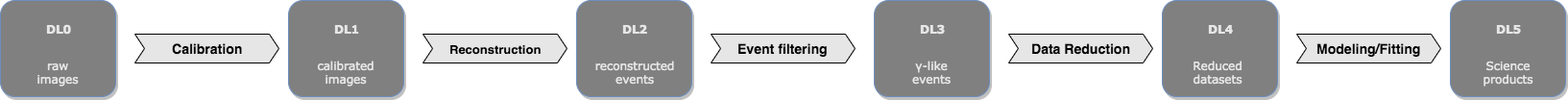
gammapy/gammapy-extra keeps this draw.io diagram as figures/general/data_flow_full.png. Above is the earlier version. Source tidied: cells renumbered, new cells last; positions are measured from the earlier drawing's top-left corner, leaving out a move shared by most shapes.
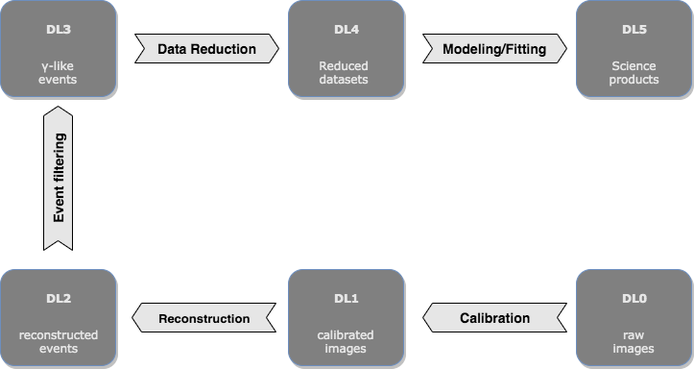
After the commit.

Commit message:
New version of data flow full

Diff of the diagram source:
```diff
@@ -35,41 +35,50 @@
     <mxCell id="12" value="&lt;h3&gt;Modeling/Fitting&lt;/h3&gt;" style="html=1;shadow=0;dashed=0;align=center;verticalAlign=middle;shape=mxgraph.arrows2.arrow;dy=0;dx=10;notch=10;fillColor=#E6E6E6;gradientColor=none;" parent="1" vertex="1">
       <mxGeometry x="1350" y="35" width="150" height="30" as="geometry" />
     </mxCell>
+    <mxCell id="16" value="&lt;h3&gt;Event filtering&lt;/h3&gt;" style="html=1;shadow=0;dashed=0;align=center;verticalAlign=middle;shape=mxgraph.arrows2.arrow;dy=0;dx=10;notch=10;fillColor=#E6E6E6;gradientColor=none;direction=east;rotation=270;" parent="1" vertex="1">
+      <mxGeometry x="895" y="170" width="150" height="30" as="geometry" />
+    </mxCell>
+    <mxCell id="20" value="&lt;h3&gt;&lt;font style=&quot;font-size: 13px&quot;&gt;Reconstruction&lt;/font&gt;&lt;/h3&gt;" style="html=1;shadow=0;dashed=0;align=center;verticalAlign=middle;shape=mxgraph.arrows2.arrow;dy=0;dx=10;notch=10;fillColor=#E6E6E6;gradientColor=none;direction=west;" parent="1" vertex="1">
+      <mxGeometry x="1047" y="315" width="150" height="30" as="geometry" />
+    </mxCell>
+    <mxCell id="24" value="&lt;h3&gt;Calibration&lt;/h3&gt;" style="html=1;shadow=0;dashed=0;align=center;verticalAlign=middle;shape=mxgraph.arrows2.arrow;dy=0;dx=10;notch=10;fillColor=#E6E6E6;gradientColor=none;direction=west;" parent="1" vertex="1">
+      <mxGeometry x="1350" y="315" width="150" height="30" as="geometry" />
+    </mxCell>
+    <mxCell id="25" style="group;" parent="1" vertex="1">
+      <mxGeometry x="910" y="280" width="120" height="100" as="geometry" />
+    </mxCell>
-    <mxCell id="13" style="rounded=1;whiteSpace=wrap;html=1;fillColor=#808080;strokeColor=#6c8ebf;gradientColor=none;shadow=1;" parent="1" vertex="1">
-      <mxGeometry x="600" width="120" height="100" as="geometry" />
+    <mxCell id="13" style="rounded=1;whiteSpace=wrap;html=1;fillColor=#808080;strokeColor=#6c8ebf;gradientColor=none;shadow=1;" parent="25" vertex="1">
+      <mxGeometry width="120" height="100" as="geometry" />
     </mxCell>
-    <mxCell id="14" value="&lt;h4&gt;&lt;font face=&quot;Verdana&quot; color=&quot;#e6e6e6&quot;&gt;DL2&lt;/font&gt;&lt;/h4&gt;" style="text;html=1;strokeColor=none;fillColor=none;align=center;verticalAlign=middle;whiteSpace=wrap;rounded=0;shadow=1;" parent="1" vertex="1">
-      <mxGeometry x="640" y="20" width="40" height="20" as="geometry" />
+    <mxCell id="14" value="&lt;h4&gt;&lt;font face=&quot;Verdana&quot; color=&quot;#e6e6e6&quot;&gt;DL2&lt;/font&gt;&lt;/h4&gt;" style="text;html=1;strokeColor=none;fillColor=none;align=center;verticalAlign=middle;whiteSpace=wrap;rounded=0;shadow=1;" parent="25" vertex="1">
+      <mxGeometry x="40" y="20" width="40" height="20" as="geometry" />
     </mxCell>
-    <mxCell id="15" value="&lt;pre&gt;&lt;font color=&quot;#e6e6e6&quot; face=&quot;Verdana&quot;&gt;reconstructed&lt;br&gt;events&lt;/font&gt;&lt;/pre&gt;" style="text;html=1;strokeColor=none;fillColor=none;align=center;verticalAlign=middle;whiteSpace=wrap;rounded=0;shadow=1;" parent="1" vertex="1">
-      <mxGeometry x="635" y="60" width="50" height="30" as="geometry" />
+    <mxCell id="15" value="&lt;pre&gt;&lt;font color=&quot;#e6e6e6&quot; face=&quot;Verdana&quot;&gt;reconstructed&lt;br&gt;events&lt;/font&gt;&lt;/pre&gt;" style="text;html=1;strokeColor=none;fillColor=none;align=center;verticalAlign=middle;whiteSpace=wrap;rounded=0;shadow=1;" parent="25" vertex="1">
+      <mxGeometry x="35" y="60" width="50" height="30" as="geometry" />
     </mxCell>
-    <mxCell id="16" value="&lt;h3&gt;Event filtering&lt;/h3&gt;" style="html=1;shadow=0;dashed=0;align=center;verticalAlign=middle;shape=mxgraph.arrows2.arrow;dy=0;dx=10;notch=10;fillColor=#E6E6E6;gradientColor=none;" parent="1" vertex="1">
-      <mxGeometry x="740" y="35" width="150" height="30" as="geometry" />
-    </mxCell>
+    <mxCell id="26" style="group;" parent="1" vertex="1">
+      <mxGeometry x="1210" y="280" width="120" height="100" as="geometry" />
+    </mxCell>
-    <mxCell id="17" style="rounded=1;whiteSpace=wrap;html=1;fillColor=#808080;strokeColor=#6c8ebf;gradientColor=none;shadow=1;" parent="1" vertex="1">
-      <mxGeometry x="300" width="120" height="100" as="geometry" />
+    <mxCell id="17" style="rounded=1;whiteSpace=wrap;html=1;fillColor=#808080;strokeColor=#6c8ebf;gradientColor=none;shadow=1;" parent="26" vertex="1">
+      <mxGeometry width="120" height="100" as="geometry" />
     </mxCell>
-    <mxCell id="18" value="&lt;h4&gt;&lt;font face=&quot;Verdana&quot; color=&quot;#e6e6e6&quot;&gt;DL1&lt;/font&gt;&lt;/h4&gt;" style="text;html=1;strokeColor=none;fillColor=none;align=center;verticalAlign=middle;whiteSpace=wrap;rounded=0;shadow=1;" parent="1" vertex="1">
-      <mxGeometry x="340" y="20" width="40" height="20" as="geometry" />
+    <mxCell id="18" value="&lt;h4&gt;&lt;font face=&quot;Verdana&quot; color=&quot;#e6e6e6&quot;&gt;DL1&lt;/font&gt;&lt;/h4&gt;" style="text;html=1;strokeColor=none;fillColor=none;align=center;verticalAlign=middle;whiteSpace=wrap;rounded=0;shadow=1;" parent="26" vertex="1">
+      <mxGeometry x="40" y="20" width="40" height="20" as="geometry" />
     </mxCell>
-    <mxCell id="19" value="&lt;pre&gt;&lt;font color=&quot;#e6e6e6&quot; face=&quot;Verdana&quot;&gt;calibrated&lt;br/&gt;images&lt;/font&gt;&lt;/pre&gt;" style="text;html=1;strokeColor=none;fillColor=none;align=center;verticalAlign=middle;whiteSpace=wrap;rounded=0;shadow=1;" parent="1" vertex="1">
-      <mxGeometry x="335" y="60" width="50" height="30" as="geometry" />
+    <mxCell id="19" value="&lt;pre&gt;&lt;font color=&quot;#e6e6e6&quot; face=&quot;Verdana&quot;&gt;calibrated&lt;br/&gt;images&lt;/font&gt;&lt;/pre&gt;" style="text;html=1;strokeColor=none;fillColor=none;align=center;verticalAlign=middle;whiteSpace=wrap;rounded=0;shadow=1;" parent="26" vertex="1">
+      <mxGeometry x="35" y="60" width="50" height="30" as="geometry" />
     </mxCell>
-    <mxCell id="20" value="&lt;h3&gt;&lt;font style=&quot;font-size: 13px&quot;&gt;Reconstruction&lt;/font&gt;&lt;/h3&gt;" style="html=1;shadow=0;dashed=0;align=center;verticalAlign=middle;shape=mxgraph.arrows2.arrow;dy=0;dx=10;notch=10;fillColor=#E6E6E6;gradientColor=none;" parent="1" vertex="1">
-      <mxGeometry x="440" y="35" width="150" height="30" as="geometry" />
-    </mxCell>
+    <mxCell id="27" style="group;" parent="1" vertex="1">
+      <mxGeometry x="1510" y="280" width="120" height="100" as="geometry" />
+    </mxCell>
-    <mxCell id="21" style="rounded=1;whiteSpace=wrap;html=1;fillColor=#808080;strokeColor=#6c8ebf;gradientColor=none;shadow=1;" parent="1" vertex="1">
+    <mxCell id="21" style="rounded=1;whiteSpace=wrap;html=1;fillColor=#808080;strokeColor=#6c8ebf;gradientColor=none;shadow=1;" parent="27" vertex="1">
       <mxGeometry width="120" height="100" as="geometry" />
     </mxCell>
-    <mxCell id="22" value="&lt;h4&gt;&lt;font face=&quot;Verdana&quot; color=&quot;#e6e6e6&quot;&gt;DL0&lt;/font&gt;&lt;/h4&gt;" style="text;html=1;strokeColor=none;fillColor=none;align=center;verticalAlign=middle;whiteSpace=wrap;rounded=0;shadow=1;" parent="1" vertex="1">
+    <mxCell id="22" value="&lt;h4&gt;&lt;font face=&quot;Verdana&quot; color=&quot;#e6e6e6&quot;&gt;DL0&lt;/font&gt;&lt;/h4&gt;" style="text;html=1;strokeColor=none;fillColor=none;align=center;verticalAlign=middle;whiteSpace=wrap;rounded=0;shadow=1;" parent="27" vertex="1">
       <mxGeometry x="40" y="20" width="40" height="20" as="geometry" />
     </mxCell>
-    <mxCell id="23" value="&lt;pre&gt;&lt;font color=&quot;#e6e6e6&quot; face=&quot;Verdana&quot;&gt;raw&lt;br/&gt;images&lt;/font&gt;&lt;/pre&gt;" style="text;html=1;strokeColor=none;fillColor=none;align=center;verticalAlign=middle;whiteSpace=wrap;rounded=0;shadow=1;" parent="1" vertex="1">
+    <mxCell id="23" value="&lt;pre&gt;&lt;font color=&quot;#e6e6e6&quot; face=&quot;Verdana&quot;&gt;raw&lt;br/&gt;images&lt;/font&gt;&lt;/pre&gt;" style="text;html=1;strokeColor=none;fillColor=none;align=center;verticalAlign=middle;whiteSpace=wrap;rounded=0;shadow=1;" parent="27" vertex="1">
       <mxGeometry x="35" y="60" width="50" height="30" as="geometry" />
     </mxCell>
-    <mxCell id="24" value="&lt;h3&gt;Calibration&lt;/h3&gt;" style="html=1;shadow=0;dashed=0;align=center;verticalAlign=middle;shape=mxgraph.arrows2.arrow;dy=0;dx=10;notch=10;fillColor=#E6E6E6;gradientColor=none;" parent="1" vertex="1">
-      <mxGeometry x="140" y="35" width="150" height="30" as="geometry" />
-    </mxCell>
   </root>
 </mxGraphModel>
```
